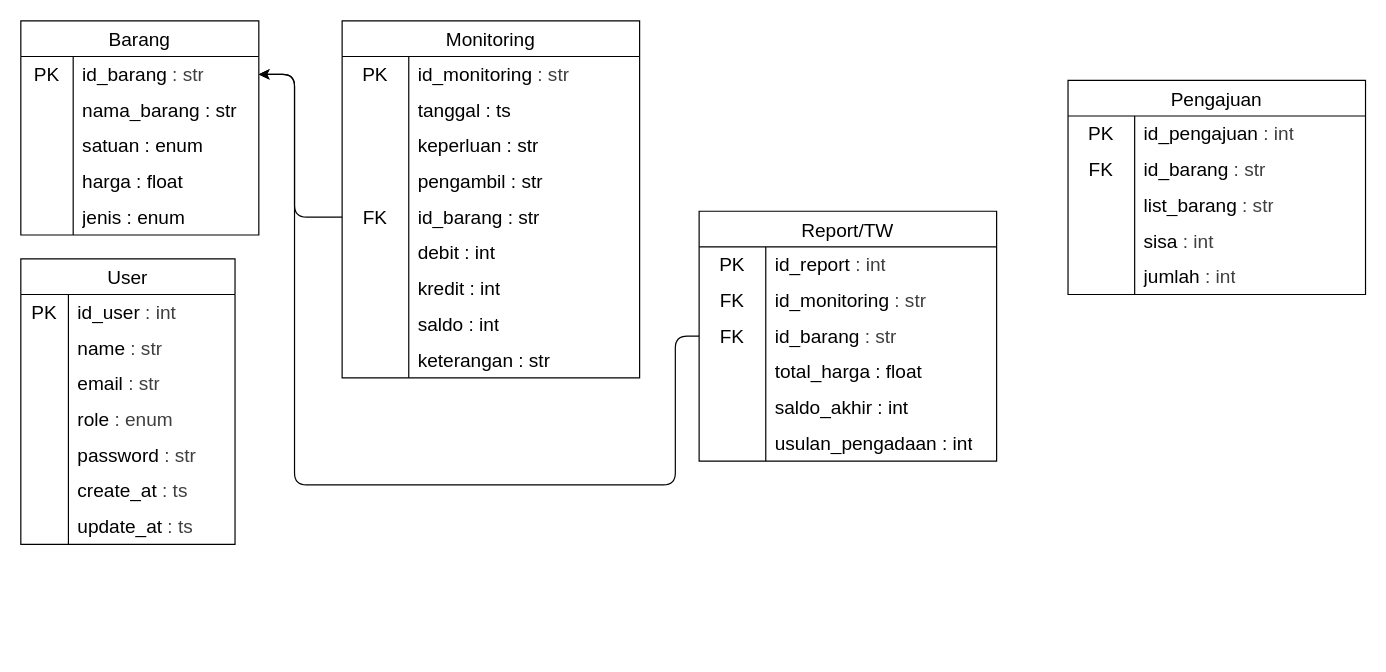
Before: page "TRD" (1 of 5) of flow.drawio in Fakhrezy/sistem-atk-paljaya, a draw.io diagram. Source tidied: cells renumbered, new cells numbered last; positions are measured from the earlier drawing's top-left corner, leaving out a move shared by most shapes. Both pictures are drawn from the tidied source at 119%, with x=0, y=0 at pixel (20, 20).
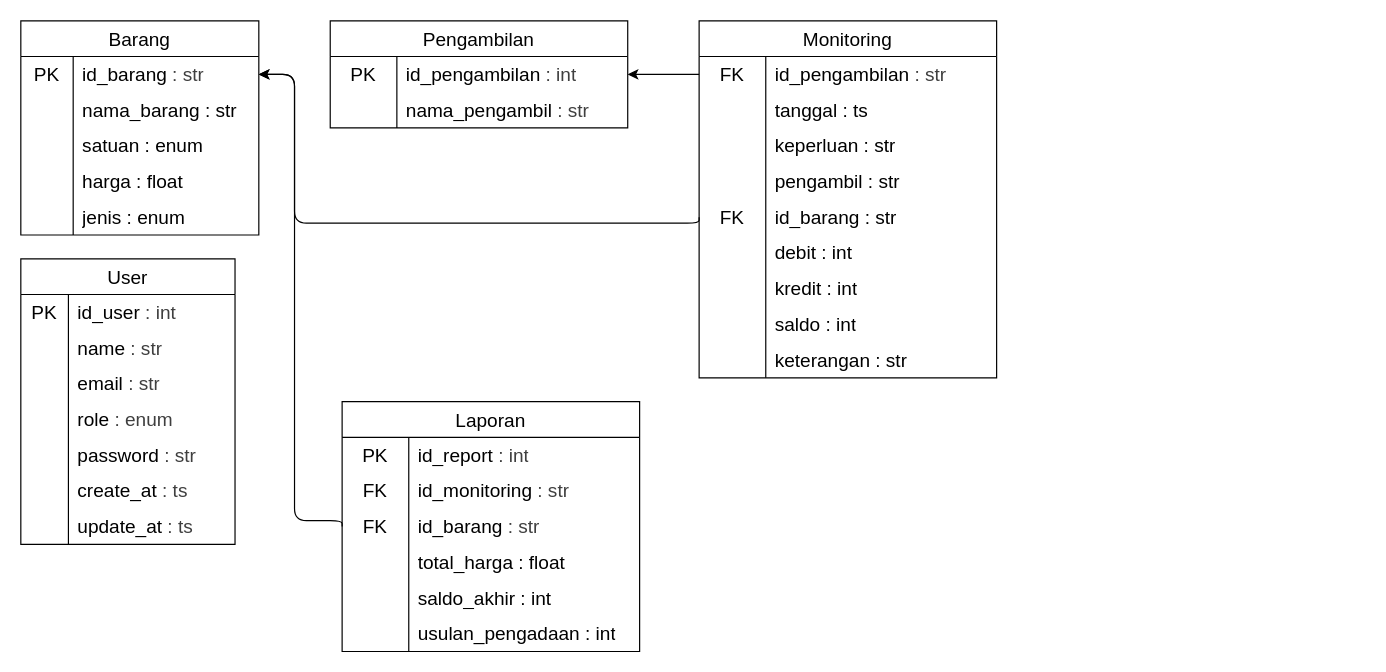
Above is the later version.

Unchanged cells that the change refers to:
```xml
<mxCell id="3" style="shape=tableRow;horizontal=0;startSize=0;swimlaneHead=0;swimlaneBody=0;top=0;left=0;bottom=0;right=0;fillColor=none;points=[[0,0.5],[1,0.5]];portConstraint=eastwest;strokeColor=inherit;fontSize=16;" parent="2" vertex="1">
  <mxGeometry y="30" width="250" height="30" as="geometry" />
</mxCell>
<mxCell id="15" style="shape=tableRow;horizontal=0;startSize=0;swimlaneHead=0;swimlaneBody=0;top=0;left=0;bottom=0;right=0;fillColor=none;points=[[0,0.5],[1,0.5]];portConstraint=eastwest;strokeColor=inherit;fontSize=16;" parent="2" vertex="1">
  <mxGeometry y="150" width="250" height="30" as="geometry" />
</mxCell>
<mxCell id="53" style="shape=tableRow;horizontal=0;startSize=0;swimlaneHead=0;swimlaneBody=0;top=0;left=0;bottom=0;right=0;fillColor=none;points=[[0,0.5],[1,0.5]];portConstraint=eastwest;strokeColor=inherit;fontSize=16;" parent="52" vertex="1">
  <mxGeometry y="30" width="200" height="30" as="geometry" />
</mxCell>
<mxCell id="76" style="shape=tableRow;horizontal=0;startSize=0;swimlaneHead=0;swimlaneBody=0;top=0;left=0;bottom=0;right=0;fillColor=none;points=[[0,0.5],[1,0.5]];portConstraint=eastwest;strokeColor=inherit;fontSize=16;" parent="69" vertex="1">
  <mxGeometry y="90" width="250" height="30" as="geometry" />
</mxCell>
<mxCell id="90" style="shape=tableRow;horizontal=0;startSize=0;swimlaneHead=0;swimlaneBody=0;top=0;left=0;bottom=0;right=0;fillColor=none;points=[[0,0.5],[1,0.5]];portConstraint=eastwest;strokeColor=inherit;fontSize=16;" parent="89" vertex="1">
  <mxGeometry y="30" width="250" height="30" as="geometry" />
</mxCell>
<mxCell id="93" style="shape=tableRow;horizontal=0;startSize=0;swimlaneHead=0;swimlaneBody=0;top=0;left=0;bottom=0;right=0;fillColor=none;strokeColor=inherit;fontSize=16;" parent="89" vertex="1">
  <mxGeometry y="60" width="250" height="30" as="geometry" />
</mxCell>
```

Change to the diagram source:
```diff
@@
     <mxCell id="2" value="Monitoring" style="shape=table;startSize=30;childLayout=tableLayout;rowLines=0;fontStyle=0;strokeColor=default;fontSize=16;" parent="1" vertex="1">
-      <mxGeometry x="270" width="250" height="300" as="geometry" />
+      <mxGeometry x="570" width="250" height="300" as="geometry" />
     </mxCell>
@@
-    <mxCell id="4" value="PK" style="shape=partialRectangle;html=1;whiteSpace=wrap;fillColor=none;top=0;left=0;bottom=0;right=0;overflow=hidden;strokeColor=inherit;fontSize=16;" parent="3" vertex="1">
+    <mxCell id="4" value="FK" style="shape=partialRectangle;html=1;whiteSpace=wrap;fillColor=none;top=0;left=0;bottom=0;right=0;overflow=hidden;strokeColor=inherit;fontSize=16;" parent="3" vertex="1">
       <mxGeometry width="56" height="30" as="geometry" />
     </mxCell>
-    <mxCell id="5" value="&lt;span style=&quot;background-color: transparent; color: rgb(63, 63, 63);&quot;&gt;&lt;font color=&quot;#000000&quot;&gt;id_monitoring&lt;/font&gt;&lt;/span&gt;&lt;span style=&quot;color: rgb(63, 63, 63); background-color: transparent;&quot;&gt; : str&lt;/span&gt;" style="shape=partialRectangle;html=1;whiteSpace=wrap;fillColor=none;top=0;left=0;bottom=0;right=0;align=left;spacingLeft=6;overflow=hidden;strokeColor=inherit;fontSize=16;" parent="3" vertex="1">
+    <mxCell id="5" value="&lt;span style=&quot;background-color: transparent; color: rgb(63, 63, 63);&quot;&gt;&lt;font color=&quot;#000000&quot;&gt;id_pengambilan&lt;/font&gt;&lt;/span&gt;&lt;span style=&quot;color: rgb(63, 63, 63); background-color: transparent;&quot;&gt;&amp;nbsp;: str&lt;/span&gt;" style="shape=partialRectangle;html=1;whiteSpace=wrap;fillColor=none;top=0;left=0;bottom=0;right=0;align=left;spacingLeft=6;overflow=hidden;strokeColor=inherit;fontSize=16;" parent="3" vertex="1">
       <mxGeometry x="56" width="194" height="30" as="geometry" />
     </mxCell>
@@
     <mxCell id="68" style="edgeStyle=orthogonalEdgeStyle;html=1;exitX=0;exitY=0.5;exitDx=0;exitDy=0;entryX=1;entryY=0.5;entryDx=0;entryDy=0;" parent="1" edge="1" source="15" target="53">
       <mxGeometry relative="1" as="geometry">
         <Array as="points">
-          <mxPoint x="230" y="165" />
+          <mxPoint x="570" y="170" />
+          <mxPoint x="230" y="170" />
           <mxPoint x="230" y="45" />
         </Array>
       </mxGeometry>
     </mxCell>
-    <mxCell id="69" value="Report/TW" style="shape=table;startSize=30;childLayout=tableLayout;rowLines=0;fontStyle=0;strokeColor=default;fontSize=16;" parent="1" vertex="1">
-      <mxGeometry x="570" y="160" width="250" height="210" as="geometry" />
+    <mxCell id="69" value="Laporan" style="shape=table;startSize=30;childLayout=tableLayout;rowLines=0;fontStyle=0;strokeColor=default;fontSize=16;" parent="1" vertex="1">
+      <mxGeometry x="270" y="320" width="250" height="210" as="geometry" />
     </mxCell>
@@
     <mxCell id="88" style="edgeStyle=orthogonalEdgeStyle;html=1;exitX=0;exitY=0.5;exitDx=0;exitDy=0;entryX=1;entryY=0.5;entryDx=0;entryDy=0;" parent="1" edge="1" source="76" target="53">
       <mxGeometry relative="1" as="geometry">
         <Array as="points">
-          <mxPoint x="550" y="265" />
-          <mxPoint x="550" y="390" />
-          <mxPoint x="230" y="390" />
+          <mxPoint x="270" y="420" />
+          <mxPoint x="230" y="420" />
           <mxPoint x="230" y="45" />
         </Array>
       </mxGeometry>
     </mxCell>
-    <mxCell id="89" value="Pengajuan" style="shape=table;startSize=30;childLayout=tableLayout;rowLines=0;fontStyle=0;strokeColor=default;fontSize=16;" parent="1" vertex="1">
-      <mxGeometry x="880" y="50" width="250" height="180" as="geometry" />
+    <mxCell id="89" value="Pengambilan" style="shape=table;startSize=30;childLayout=tableLayout;rowLines=0;fontStyle=0;strokeColor=default;fontSize=16;" parent="1" vertex="1">
+      <mxGeometry x="260" width="250" height="90" as="geometry" />
     </mxCell>
@@
-    <mxCell id="92" value="&lt;span style=&quot;background-color: transparent; color: rgb(63, 63, 63);&quot;&gt;&lt;font color=&quot;#000000&quot;&gt;id_pengajuan&lt;/font&gt;&lt;/span&gt;&lt;span style=&quot;color: rgb(63, 63, 63); background-color: transparent;&quot;&gt;&amp;nbsp;: int&lt;/span&gt;" style="shape=partialRectangle;html=1;whiteSpace=wrap;fillColor=none;top=0;left=0;bottom=0;right=0;align=left;spacingLeft=6;overflow=hidden;strokeColor=inherit;fontSize=16;" parent="90" vertex="1">
+    <mxCell id="92" value="&lt;span style=&quot;background-color: transparent; color: rgb(63, 63, 63);&quot;&gt;&lt;font color=&quot;#000000&quot;&gt;id_pengambilan&lt;/font&gt;&lt;/span&gt;&lt;span style=&quot;color: rgb(63, 63, 63); background-color: transparent;&quot;&gt;&amp;nbsp;: int&lt;/span&gt;" style="shape=partialRectangle;html=1;whiteSpace=wrap;fillColor=none;top=0;left=0;bottom=0;right=0;align=left;spacingLeft=6;overflow=hidden;strokeColor=inherit;fontSize=16;" parent="90" vertex="1">
       <mxGeometry x="56" width="194" height="30" as="geometry" />
     </mxCell>
@@
-    <mxCell id="94" value="FK" style="shape=partialRectangle;html=1;whiteSpace=wrap;fillColor=none;top=0;left=0;bottom=0;right=0;overflow=hidden;strokeColor=inherit;fontSize=16;" parent="93" vertex="1">
+    <mxCell id="94" style="shape=partialRectangle;html=1;whiteSpace=wrap;fillColor=none;top=0;left=0;bottom=0;right=0;overflow=hidden;strokeColor=inherit;fontSize=16;" parent="93" vertex="1">
       <mxGeometry width="56" height="30" as="geometry" />
     </mxCell>
-    <mxCell id="95" value="&lt;span style=&quot;background-color: transparent; color: rgb(63, 63, 63);&quot;&gt;&lt;font color=&quot;#000000&quot;&gt;id_barang&lt;/font&gt;&lt;/span&gt;&lt;span style=&quot;color: rgb(63, 63, 63); background-color: transparent;&quot;&gt;&amp;nbsp;: str&lt;/span&gt;" style="shape=partialRectangle;html=1;whiteSpace=wrap;fillColor=none;top=0;left=0;bottom=0;right=0;align=left;spacingLeft=6;overflow=hidden;strokeColor=inherit;fontSize=16;" parent="93" vertex="1">
+    <mxCell id="95" value="&lt;span style=&quot;background-color: transparent; color: rgb(63, 63, 63);&quot;&gt;&lt;font color=&quot;#000000&quot;&gt;nama_pengambil&lt;/font&gt;&lt;/span&gt;&lt;span style=&quot;color: rgb(63, 63, 63); background-color: transparent;&quot;&gt;&amp;nbsp;: str&lt;/span&gt;" style="shape=partialRectangle;html=1;whiteSpace=wrap;fillColor=none;top=0;left=0;bottom=0;right=0;align=left;spacingLeft=6;overflow=hidden;strokeColor=inherit;fontSize=16;" parent="93" vertex="1">
       <mxGeometry x="56" width="194" height="30" as="geometry" />
     </mxCell>
-    <mxCell id="96" style="shape=tableRow;horizontal=0;startSize=0;swimlaneHead=0;swimlaneBody=0;top=0;left=0;bottom=0;right=0;fillColor=none;strokeColor=inherit;fontSize=16;" parent="89" vertex="1">
-      <mxGeometry y="90" width="250" height="30" as="geometry" />
-    </mxCell>
-    <mxCell id="97" style="shape=partialRectangle;html=1;whiteSpace=wrap;fillColor=none;top=0;left=0;bottom=0;right=0;overflow=hidden;strokeColor=inherit;fontSize=16;" parent="96" vertex="1">
-      <mxGeometry width="56" height="30" as="geometry" />
-    </mxCell>
-    <mxCell id="98" value="&lt;span style=&quot;background-color: transparent; color: rgb(63, 63, 63);&quot;&gt;&lt;font color=&quot;#000000&quot;&gt;list_barang&lt;/font&gt;&lt;/span&gt;&lt;span style=&quot;color: rgb(63, 63, 63); background-color: transparent;&quot;&gt;&amp;nbsp;: str&lt;/span&gt;" style="shape=partialRectangle;html=1;whiteSpace=wrap;fillColor=none;top=0;left=0;bottom=0;right=0;align=left;spacingLeft=6;overflow=hidden;strokeColor=inherit;fontSize=16;" parent="96" vertex="1">
-      <mxGeometry x="56" width="194" height="30" as="geometry" />
-    </mxCell>
-    <mxCell id="99" style="shape=tableRow;horizontal=0;startSize=0;swimlaneHead=0;swimlaneBody=0;top=0;left=0;bottom=0;right=0;fillColor=none;strokeColor=inherit;fontSize=16;" parent="89" vertex="1">
-      <mxGeometry y="120" width="250" height="30" as="geometry" />
-    </mxCell>
-    <mxCell id="100" style="shape=partialRectangle;html=1;whiteSpace=wrap;fillColor=none;top=0;left=0;bottom=0;right=0;overflow=hidden;strokeColor=inherit;fontSize=16;" parent="99" vertex="1">
-      <mxGeometry width="56" height="30" as="geometry" />
-    </mxCell>
-    <mxCell id="101" value="&lt;span style=&quot;background-color: transparent; color: rgb(63, 63, 63);&quot;&gt;&lt;font color=&quot;#000000&quot;&gt;sisa&lt;/font&gt;&lt;/span&gt;&lt;span style=&quot;color: rgb(63, 63, 63); background-color: transparent;&quot;&gt;&amp;nbsp;: int&lt;/span&gt;" style="shape=partialRectangle;html=1;whiteSpace=wrap;fillColor=none;top=0;left=0;bottom=0;right=0;align=left;spacingLeft=6;overflow=hidden;strokeColor=inherit;fontSize=16;" parent="99" vertex="1">
-      <mxGeometry x="56" width="194" height="30" as="geometry" />
-    </mxCell>
-    <mxCell id="102" style="shape=tableRow;horizontal=0;startSize=0;swimlaneHead=0;swimlaneBody=0;top=0;left=0;bottom=0;right=0;fillColor=none;strokeColor=inherit;fontSize=16;" parent="89" vertex="1">
-      <mxGeometry y="150" width="250" height="30" as="geometry" />
-    </mxCell>
-    <mxCell id="103" style="shape=partialRectangle;html=1;whiteSpace=wrap;fillColor=none;top=0;left=0;bottom=0;right=0;overflow=hidden;strokeColor=inherit;fontSize=16;" parent="102" vertex="1">
-      <mxGeometry width="56" height="30" as="geometry" />
-    </mxCell>
-    <mxCell id="104" value="&lt;span style=&quot;background-color: transparent; color: rgb(63, 63, 63);&quot;&gt;&lt;font color=&quot;#000000&quot;&gt;jumlah&lt;/font&gt;&lt;/span&gt;&lt;span style=&quot;color: rgb(63, 63, 63); background-color: transparent;&quot;&gt;&amp;nbsp;: int&lt;/span&gt;" style="shape=partialRectangle;html=1;whiteSpace=wrap;fillColor=none;top=0;left=0;bottom=0;right=0;align=left;spacingLeft=6;overflow=hidden;strokeColor=inherit;fontSize=16;" parent="102" vertex="1">
-      <mxGeometry x="56" width="194" height="30" as="geometry" />
-    </mxCell>
+    <mxCell id="105" style="edgeStyle=none;html=1;exitX=0;exitY=0.5;exitDx=0;exitDy=0;entryX=1;entryY=0.5;entryDx=0;entryDy=0;" parent="1" edge="1" source="3" target="90">
+      <mxGeometry relative="1" as="geometry" />
+    </mxCell>
```
